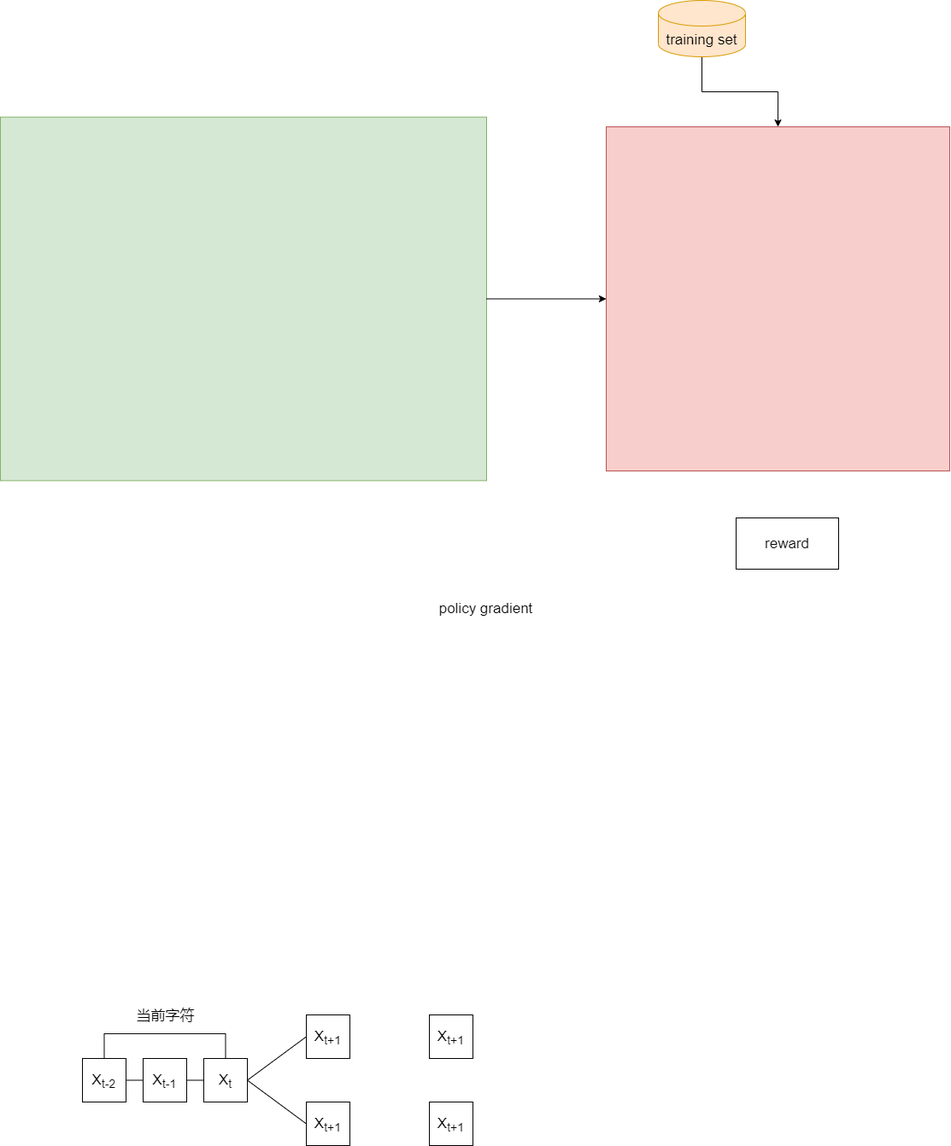
This is seqgan.drawio.png from lakomi/pictures, a draw.io export, as it was before one commit. Source tidied: cells renumbered, new cells last; positions are measured from the earlier drawing's top-left corner, leaving out a move shared by most shapes.
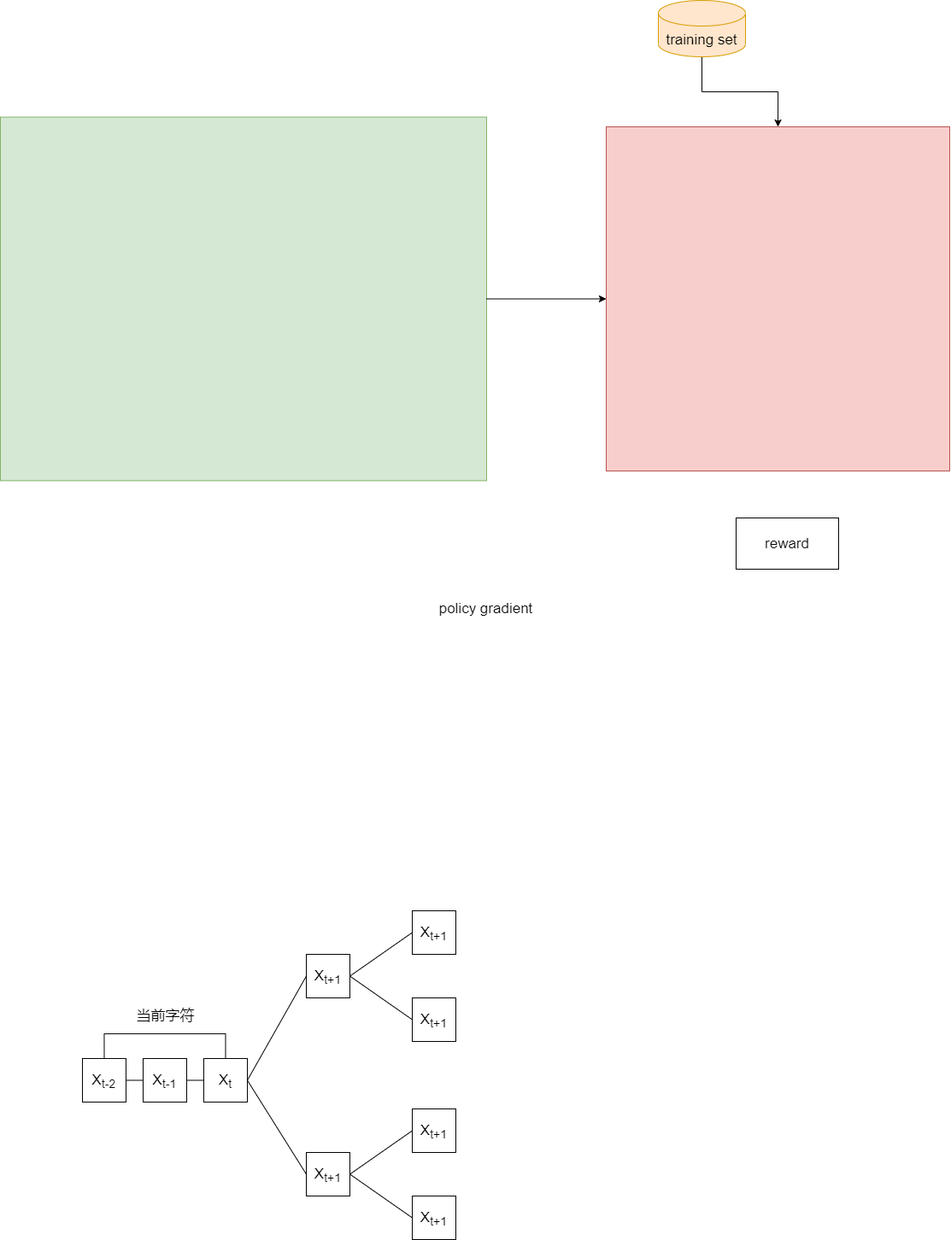
The same diagram one commit later.

Change to the diagram source:
```diff
@@ -55,17 +55,35 @@
     <mxCell id="17" value="当前字符" style="text;html=1;align=center;verticalAlign=middle;strokeColor=none;fillColor=none;fontSize=17;" parent="1" vertex="1">
       <mxGeometry x="153.5" y="1177" width="78" height="24" as="geometry" />
     </mxCell>
+    <mxCell id="22" style="edgeStyle=none;rounded=0;jettySize=auto;html=1;exitX=1;exitY=0.5;exitDx=0;exitDy=0;entryX=0;entryY=0.5;entryDx=0;entryDy=0;fontSize=17;endArrow=none;endFill=0;" parent="1" edge="1" source="18" target="26">
+      <mxGeometry relative="1" as="geometry" />
+    </mxCell>
+    <mxCell id="23" style="edgeStyle=none;rounded=0;jettySize=auto;html=1;exitX=1;exitY=0.5;exitDx=0;exitDy=0;entryX=0;entryY=0.5;entryDx=0;entryDy=0;fontSize=17;endArrow=none;endFill=0;" parent="1" edge="1" source="18" target="20">
+      <mxGeometry relative="1" as="geometry" />
+    </mxCell>
     <mxCell id="18" value="X&lt;sub&gt;t+1&lt;/sub&gt;" style="rounded=0;whiteSpace=wrap;html=1;fontSize=17;" parent="1" vertex="1">
-      <mxGeometry x="358" y="1188" width="51" height="51" as="geometry" />
+      <mxGeometry x="358" y="1117" width="51" height="51" as="geometry" />
     </mxCell>
+    <mxCell id="24" style="edgeStyle=none;rounded=0;jettySize=auto;html=1;exitX=1;exitY=0.5;exitDx=0;exitDy=0;entryX=0;entryY=0.5;entryDx=0;entryDy=0;fontSize=17;endArrow=none;endFill=0;" parent="1" edge="1" source="19" target="21">
+      <mxGeometry relative="1" as="geometry" />
+    </mxCell>
+    <mxCell id="25" style="edgeStyle=none;rounded=0;jettySize=auto;html=1;exitX=1;exitY=0.5;exitDx=0;exitDy=0;entryX=0;entryY=0.5;entryDx=0;entryDy=0;fontSize=17;endArrow=none;endFill=0;" parent="1" edge="1" source="19" target="27">
+      <mxGeometry relative="1" as="geometry" />
+    </mxCell>
     <mxCell id="19" value="X&lt;sub&gt;t+1&lt;/sub&gt;" style="rounded=0;whiteSpace=wrap;html=1;fontSize=17;" parent="1" vertex="1">
-      <mxGeometry x="358" y="1290" width="51" height="51" as="geometry" />
+      <mxGeometry x="358" y="1349" width="51" height="51" as="geometry" />
     </mxCell>
     <mxCell id="20" value="X&lt;sub&gt;t+1&lt;/sub&gt;" style="rounded=0;whiteSpace=wrap;html=1;fontSize=17;" parent="1" vertex="1">
-      <mxGeometry x="502" y="1188" width="51" height="51" as="geometry" />
+      <mxGeometry x="482" y="1168" width="51" height="51" as="geometry" />
     </mxCell>
     <mxCell id="21" value="X&lt;sub&gt;t+1&lt;/sub&gt;" style="rounded=0;whiteSpace=wrap;html=1;fontSize=17;" parent="1" vertex="1">
-      <mxGeometry x="502" y="1290" width="51" height="51" as="geometry" />
+      <mxGeometry x="482" y="1298" width="51" height="51" as="geometry" />
     </mxCell>
+    <mxCell id="26" value="X&lt;sub&gt;t+1&lt;/sub&gt;" style="rounded=0;whiteSpace=wrap;html=1;fontSize=17;" parent="1" vertex="1">
+      <mxGeometry x="482" y="1066" width="51" height="51" as="geometry" />
+    </mxCell>
+    <mxCell id="27" value="X&lt;sub&gt;t+1&lt;/sub&gt;" style="rounded=0;whiteSpace=wrap;html=1;fontSize=17;" parent="1" vertex="1">
+      <mxGeometry x="482" y="1400" width="51" height="51" as="geometry" />
+    </mxCell>
   </root>
 </mxGraphModel>
```
